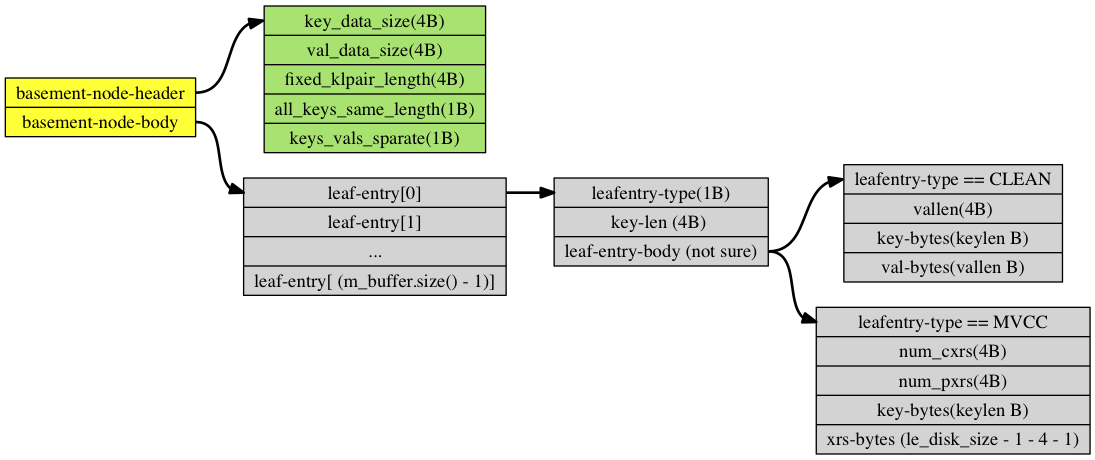
This is images/graphviz/basement-node-format.dot.png from SteNicholas/openinx.github.io, a Graphviz export, as it was before one commit. Its source is kept beside it as images/graphviz/basement-node-format.dot. Source of this version:
```dot
digraph bndata{
	rankdir = LR ;
	node [shape = record, style =filled];
	edge [style = bold];

	bn_header [label = "<header> key_data_size(4B) | \
					  val_data_size(4B) | \
					  fixed_klpair_length(4B) | \
					  all_keys_same_length(1B) | \
					  keys_vals_sparate(1B)", fillcolor = "#A8E270"];


	bn_leaf_entry_list [label = "<header> leaf-entry[0] | \
								 leaf-entry[1] |
								 ... |
								 leaf-entry[ (m_buffer.size() - 1)]"];


	leafentry [label = "<header> leafentry-type(1B) | \
						key-len (4B) |
						<body> leaf-entry-body (not sure)"];

	leaf_entry_body_clean [label = "<header> leafentry-type == CLEAN |
							       vallen(4B) |
							       key-bytes(keylen B) |
							       val-bytes(vallen B)"]

	leaf_entry_body_mvcc [label = "<header> leafentry-type == MVCC |
							       num_cxrs(4B) |
							       num_pxrs(4B) |
							       key-bytes(keylen B) |
							       xrs-bytes (le_disk_size - 1 - 4 - 1)"]


	wbuf [label = "<header> basement-node-header|<body> basement-node-body", fillcolor="#FFFF37"];

	wbuf:header -> bn_header:header;
	wbuf:body -> bn_leaf_entry_list:header;
	bn_leaf_entry_list:header -> leafentry:header;

	leafentry:body -> leaf_entry_body_clean:header;
	leafentry:body -> leaf_entry_body_mvcc:header;
}
```
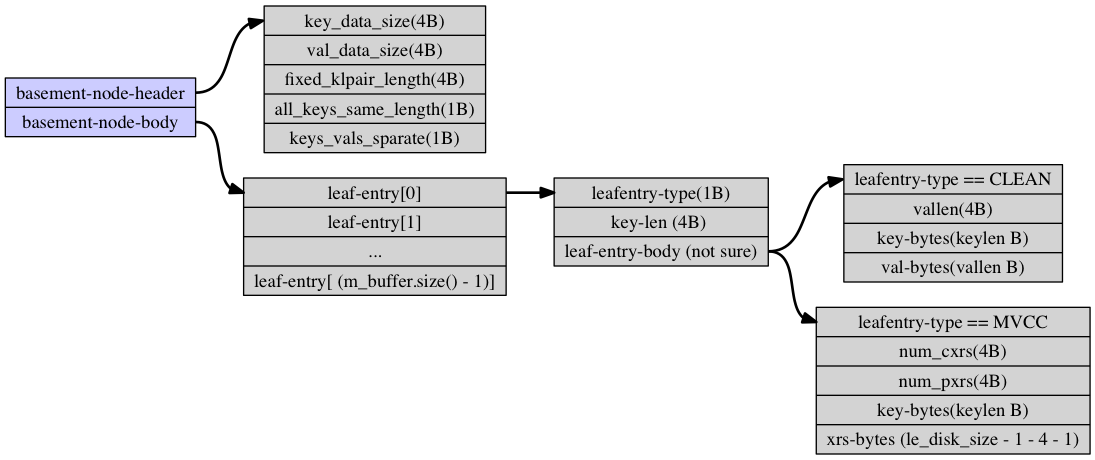
Later version of the same file.

Commit message:
update ft-layout format

Change to the diagram source:
```diff
@@ -7,7 +7,7 @@
 					  val_data_size(4B) | \
 					  fixed_klpair_length(4B) | \
 					  all_keys_same_length(1B) | \
-					  keys_vals_sparate(1B)", fillcolor = "#A8E270"];
+					  keys_vals_sparate(1B)"];
 
 
 	bn_leaf_entry_list [label = "<header> leaf-entry[0] | \
@@ -32,7 +32,7 @@
 							       xrs-bytes (le_disk_size - 1 - 4 - 1)"]
 
 
-	wbuf [label = "<header> basement-node-header|<body> basement-node-body", fillcolor="#FFFF37"];
+	wbuf [label = "<header> basement-node-header|<body> basement-node-body", fillcolor="#CCCCFF"];
 
 	wbuf:header -> bn_header:header;
 	wbuf:body -> bn_leaf_entry_list:header;
```
